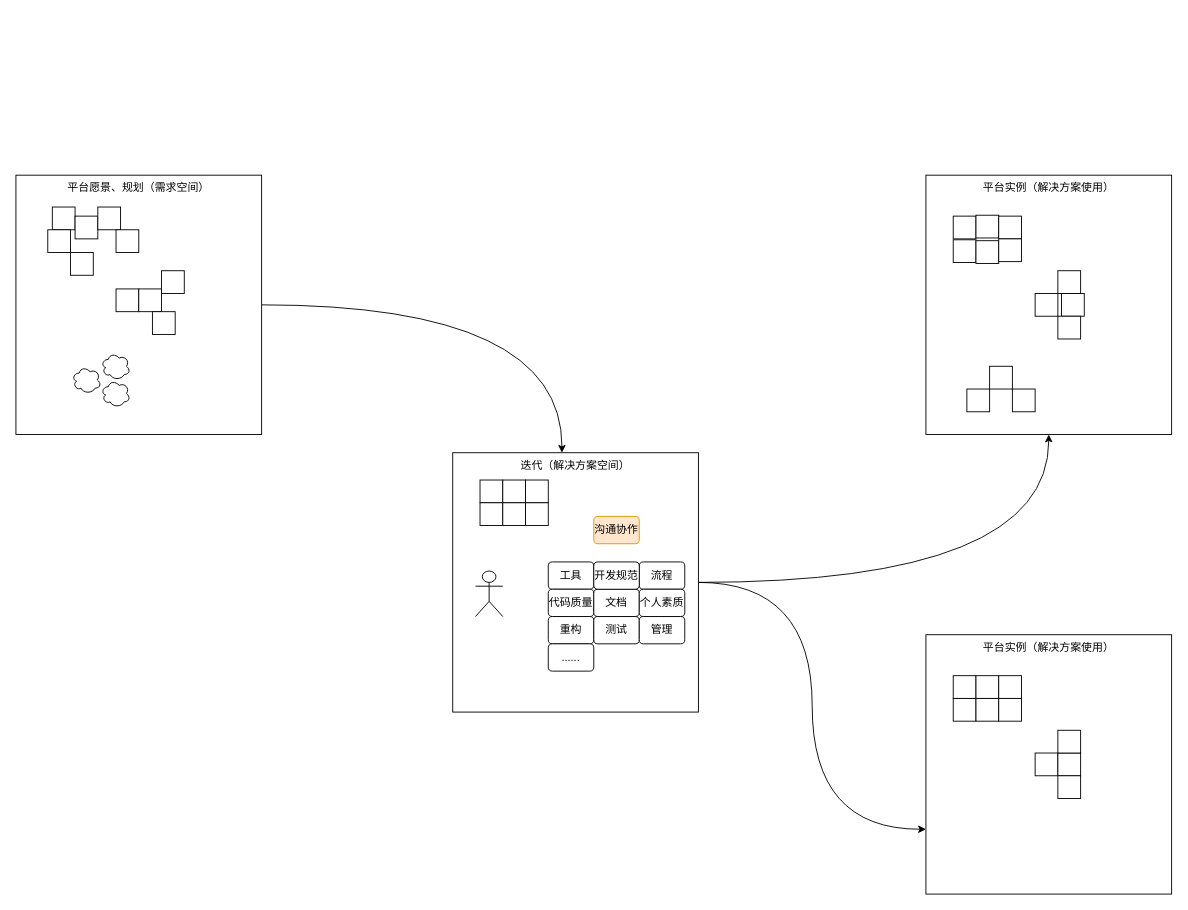
This is page "顶层视角" (5 of 5) of 平台发布.drawio from ProgrammerLZ/drawio, a draw.io file, before an edit. Source tidied: cells renumbered, new cells numbered last; positions are measured from the earlier drawing's top-left corner, leaving out a move shared by most shapes. Both pictures are drawn from the tidied source at 91%, with x=0, y=0 at pixel (15, 175).
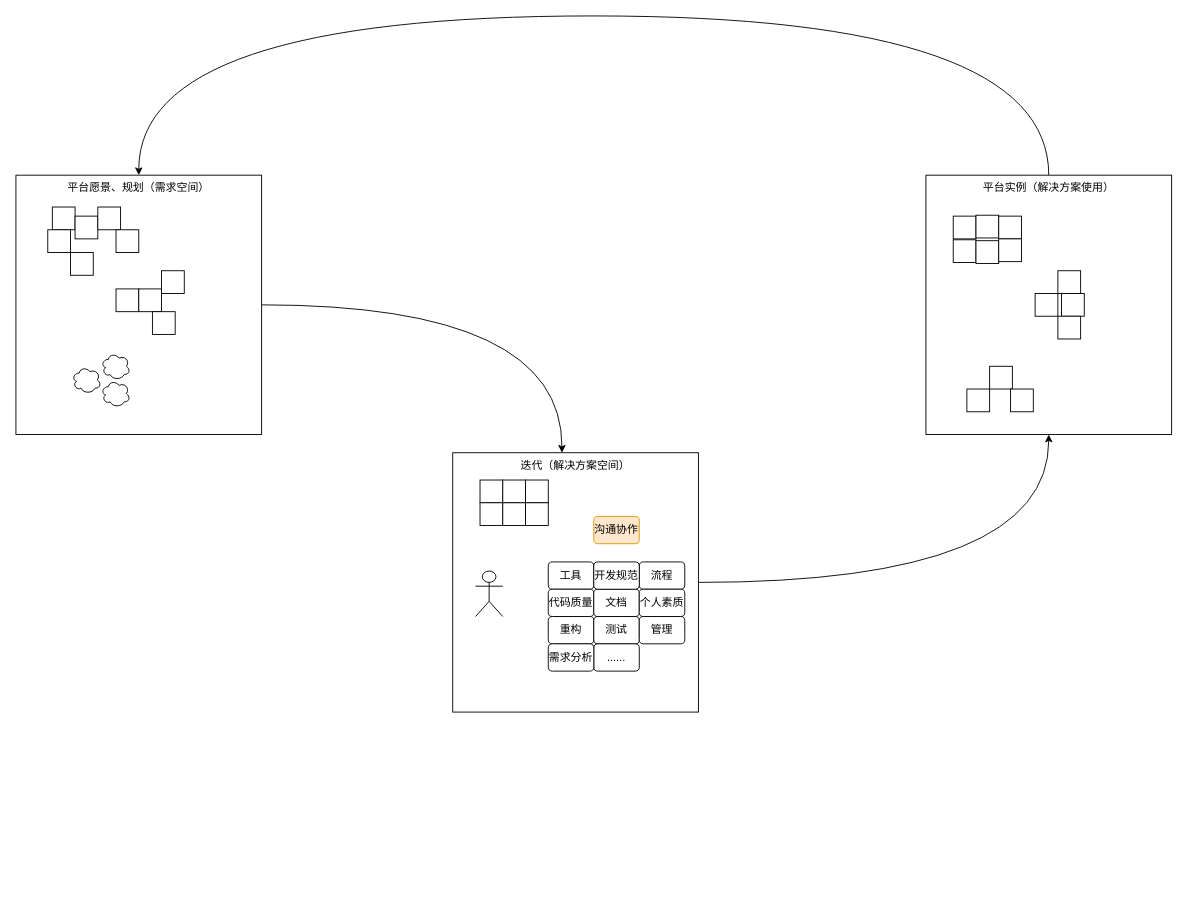
After the change.

Unchanged cells that the change refers to:
```xml
<mxCell id="3" value="平台愿景、规划（需求空间）" style="rounded=0;whiteSpace=wrap;html=1;verticalAlign=top;" parent="1" vertex="1">
  <mxGeometry width="270" height="285" as="geometry" />
</mxCell>
<mxCell id="19" value="迭代（解决方案空间）" style="rounded=0;whiteSpace=wrap;html=1;verticalAlign=top;" parent="1" vertex="1">
  <mxGeometry x="480" y="305" width="270" height="285" as="geometry" />
</mxCell>
<mxCell id="26" value="平台实例（解决方案使用）" style="rounded=0;whiteSpace=wrap;html=1;verticalAlign=top;" parent="1" vertex="1">
  <mxGeometry x="1000" width="270" height="285" as="geometry" />
</mxCell>
```

Diff of the diagram source:
```diff
@@
-    <mxCell id="18" style="edgeStyle=orthogonalEdgeStyle;rounded=0;jettySize=auto;html=1;exitX=1;exitY=0.5;exitDx=0;exitDy=0;entryX=0;entryY=0.75;entryDx=0;entryDy=0;curved=1;" parent="1" edge="1" source="19" target="40">
-      <mxGeometry relative="1" as="geometry" />
-    </mxCell>
@@
+    <mxCell id="63" style="edgeStyle=orthogonalEdgeStyle;rounded=0;jettySize=auto;html=1;exitX=0.5;exitY=0;exitDx=0;exitDy=0;entryX=0.5;entryY=0;entryDx=0;entryDy=0;curved=1;" parent="1" edge="1" source="26" target="3">
+      <mxGeometry relative="1" as="geometry">
+        <Array as="points">
+          <mxPoint x="1135" y="-175" />
+          <mxPoint x="135" y="-175" />
+        </Array>
+      </mxGeometry>
+    </mxCell>
@@
     <mxCell id="39" style="whiteSpace=wrap;html=1;" parent="1" vertex="1">
-      <mxGeometry x="1095" y="235" width="25" height="25" as="geometry" />
+      <mxGeometry x="1093" y="235" width="25" height="25" as="geometry" />
     </mxCell>
-    <mxCell id="40" value="平台实例（解决方案使用）" style="rounded=0;whiteSpace=wrap;html=1;verticalAlign=top;" parent="1" vertex="1">
-      <mxGeometry x="1000" y="505" width="270" height="285" as="geometry" />
-    </mxCell>
-    <mxCell id="41" style="whiteSpace=wrap;html=1;" parent="1" vertex="1">
-      <mxGeometry x="1030" y="550" width="25" height="25" as="geometry" />
-    </mxCell>
-    <mxCell id="42" style="whiteSpace=wrap;html=1;" parent="1" vertex="1">
-      <mxGeometry x="1055" y="550" width="25" height="25" as="geometry" />
-    </mxCell>
-    <mxCell id="43" style="whiteSpace=wrap;html=1;" parent="1" vertex="1">
-      <mxGeometry x="1080" y="550" width="25" height="25" as="geometry" />
-    </mxCell>
-    <mxCell id="44" style="whiteSpace=wrap;html=1;" parent="1" vertex="1">
-      <mxGeometry x="1030" y="575" width="25" height="25" as="geometry" />
-    </mxCell>
-    <mxCell id="45" style="whiteSpace=wrap;html=1;" parent="1" vertex="1">
-      <mxGeometry x="1055" y="575" width="25" height="25" as="geometry" />
-    </mxCell>
-    <mxCell id="46" style="whiteSpace=wrap;html=1;" parent="1" vertex="1">
-      <mxGeometry x="1080" y="575" width="25" height="25" as="geometry" />
-    </mxCell>
-    <mxCell id="47" style="whiteSpace=wrap;html=1;" parent="1" vertex="1">
-      <mxGeometry x="1120" y="635" width="25" height="25" as="geometry" />
-    </mxCell>
-    <mxCell id="48" style="whiteSpace=wrap;html=1;" parent="1" vertex="1">
-      <mxGeometry x="1145" y="635" width="25" height="25" as="geometry" />
-    </mxCell>
-    <mxCell id="49" style="whiteSpace=wrap;html=1;" parent="1" vertex="1">
-      <mxGeometry x="1145" y="610" width="25" height="25" as="geometry" />
-    </mxCell>
-    <mxCell id="50" style="whiteSpace=wrap;html=1;" parent="1" vertex="1">
-      <mxGeometry x="1145" y="660" width="25" height="25" as="geometry" />
-    </mxCell>
@@
     <mxCell id="62" value="......" style="rounded=1;whiteSpace=wrap;html=1;" parent="1" vertex="1">
-      <mxGeometry x="585" y="515" width="50" height="30" as="geometry" />
+      <mxGeometry x="635" y="515" width="50" height="30" as="geometry" />
     </mxCell>
+    <mxCell id="64" value="需求分析" style="rounded=1;whiteSpace=wrap;html=1;" parent="1" vertex="1">
+      <mxGeometry x="585" y="515" width="50" height="30" as="geometry" />
+    </mxCell>
```
